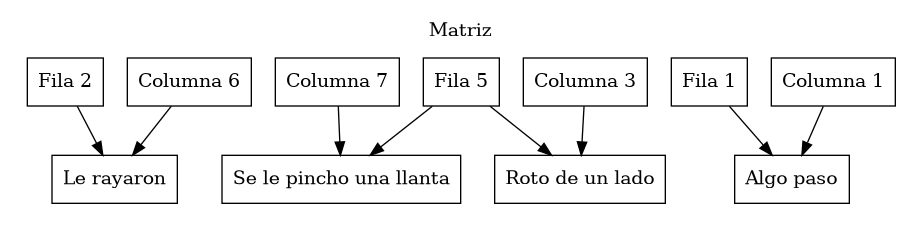
The Graphviz diagram Proyecto-Fase 1/Reportes/Matriz Dispersa.png in Rodrigo-1504/-EDD-1S2025_202202854, before a commit. Its source is kept beside it as Proyecto-Fase 1/Reportes/Matriz Dispersa.dot. The source it was exported from:
```dot
digraph G {
	node[shape=record];
	graph[pencolor=transparent];
	rankdir=TB;
	subgraph cluster_0{
		label = "Matriz";
		f1 [label = "Fila 1"];
		f2 [label = "Fila 2"];
		f5 [label = "Fila 5"];
		c1 [label = "Columna 1"];
		c3 [label = "Columna 3"];
		c6 [label = "Columna 6"];
		c7 [label = "Columna 7"];
		n1_1 [label = "Algo paso"];
		f1 -> n1_1;
		c1 -> n1_1;
		n2_6 [label = "Le rayaron"];
		f2 -> n2_6;
		c6 -> n2_6;
		n5_3 [label = "Roto de un lado"];
		f5 -> n5_3;
		c3 -> n5_3;
		n5_7 [label = "Se le pincho una llanta"];
		f5 -> n5_7;
		c7 -> n5_7;
	}
}
```
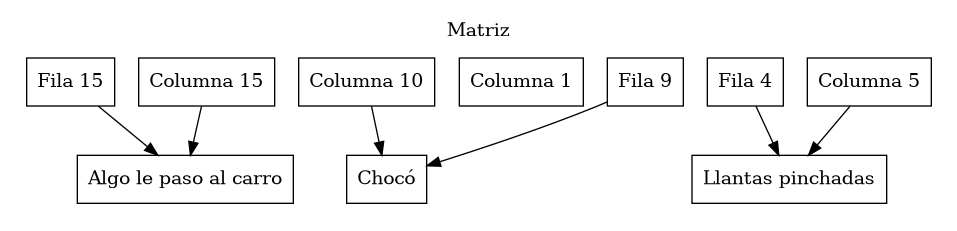
After the change.

The edit, as a diff of the source:
```diff
@@ -4,24 +4,21 @@
 	rankdir=TB;
 	subgraph cluster_0{
 		label = "Matriz";
-		f1 [label = "Fila 1"];
-		f2 [label = "Fila 2"];
-		f5 [label = "Fila 5"];
+		f4 [label = "Fila 4"];
+		f9 [label = "Fila 9"];
+		f15 [label = "Fila 15"];
 		c1 [label = "Columna 1"];
-		c3 [label = "Columna 3"];
-		c6 [label = "Columna 6"];
-		c7 [label = "Columna 7"];
-		n1_1 [label = "Algo paso"];
-		f1 -> n1_1;
-		c1 -> n1_1;
-		n2_6 [label = "Le rayaron"];
-		f2 -> n2_6;
-		c6 -> n2_6;
-		n5_3 [label = "Roto de un lado"];
-		f5 -> n5_3;
-		c3 -> n5_3;
-		n5_7 [label = "Se le pincho una llanta"];
-		f5 -> n5_7;
-		c7 -> n5_7;
+		c5 [label = "Columna 5"];
+		c10 [label = "Columna 10"];
+		c15 [label = "Columna 15"];
+		n4_5 [label = "Llantas pinchadas"];
+		f4 -> n4_5;
+		c5 -> n4_5;
+		n9_10 [label = "Chocó"];
+		f9 -> n9_10;
+		c10 -> n9_10;
+		n15_15 [label = "Algo le paso al carro"];
+		f15 -> n15_15;
+		c15 -> n15_15;
 	}
 }
```
